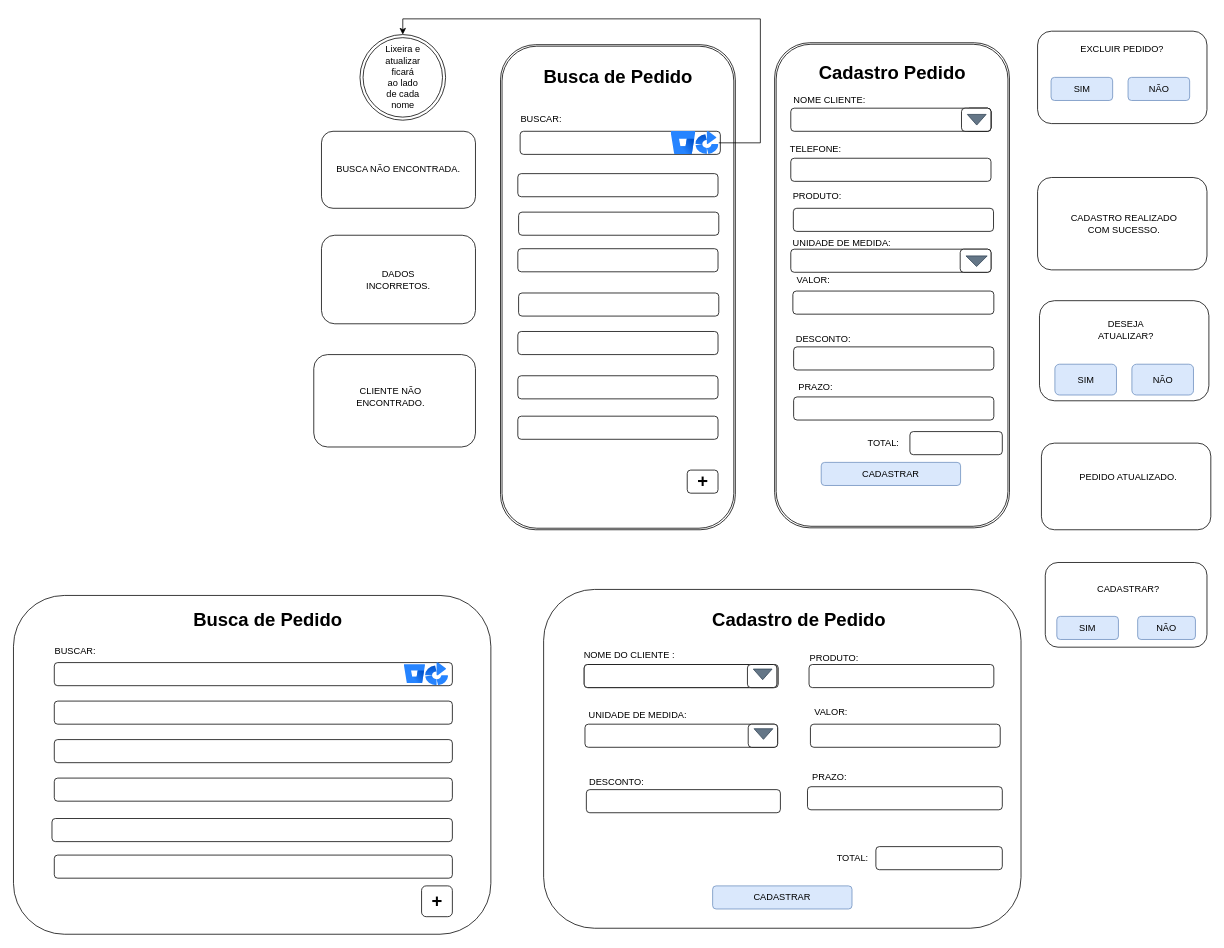
Above: page "Página-2" (3 of 14) of DOC/tela.drawio in rafaelareisilva/avatar.app (draw.io), before the change. Source tidied: cells renumbered, new cells numbered last; positions are measured from the earlier drawing's top-left corner, leaving out a move shared by most shapes. Both pictures are drawn from the tidied source at 77%, with x=0, y=0 at pixel (13, 18).
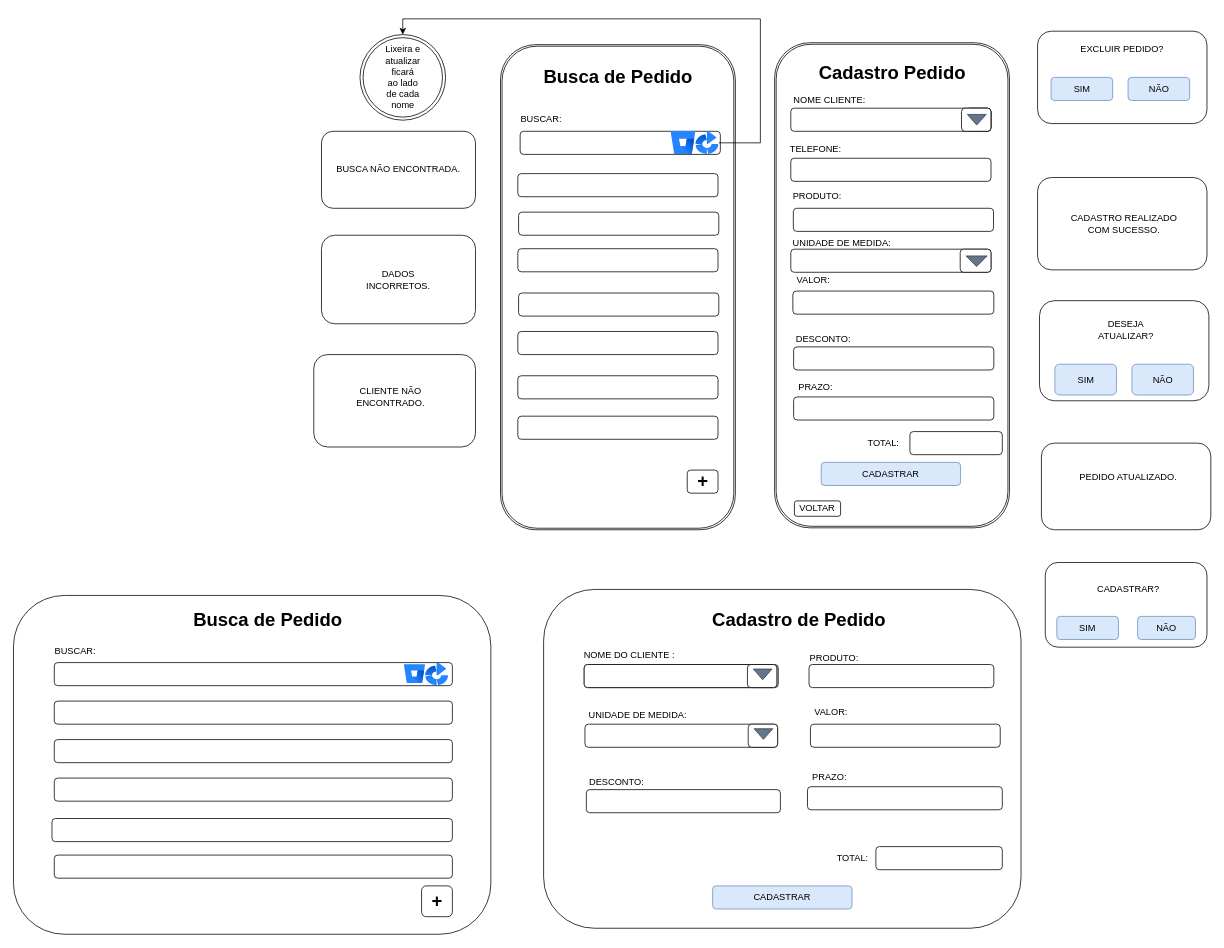
Above is the later version.

The edit, as a diff of the source:
```diff
@@
+    <mxCell id="104" value="VOLTAR" style="rounded=1;whiteSpace=wrap;html=1;" parent="1" vertex="1">
+      <mxGeometry x="1014.2" y="626" width="60" height="20" as="geometry" />
+    </mxCell>
```
